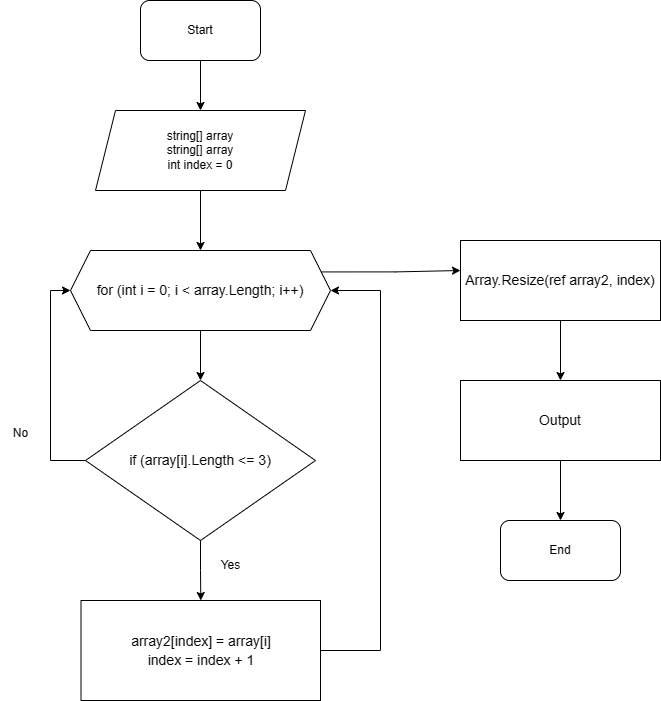
Earlier version of the draw.io export Block_diagram/block diagram.png (DDD86/FinalHomeWork). Source tidied: cells renumbered, new cells last; positions are measured from the earlier drawing's top-left corner, leaving out a move shared by most shapes. Source of this version:
```xml
<mxGraphModel>
  <root>
    <mxCell id="0" />
    <mxCell id="1" parent="0" />
    <mxCell id="2" style="edgeStyle=orthogonalEdgeStyle;rounded=0;jettySize=auto;html=1;exitX=0.5;exitY=1;exitDx=0;exitDy=0;" parent="1" edge="1" source="3" target="5">
      <mxGeometry relative="1" as="geometry" />
    </mxCell>
    <mxCell id="3" value="Start" style="rounded=1;whiteSpace=wrap;html=1;" parent="1" vertex="1">
      <mxGeometry x="140" width="120" height="60" as="geometry" />
    </mxCell>
    <mxCell id="4" style="edgeStyle=orthogonalEdgeStyle;rounded=0;jettySize=auto;html=1;exitX=0.5;exitY=1;exitDx=0;exitDy=0;entryX=0.5;entryY=0;entryDx=0;entryDy=0;" parent="1" edge="1" source="5" target="11">
      <mxGeometry relative="1" as="geometry" />
    </mxCell>
    <mxCell id="5" value="string[] array&lt;br&gt;string[] array&lt;br&gt;int index = 0" style="shape=parallelogram;perimeter=parallelogramPerimeter;whiteSpace=wrap;html=1;fixedSize=1;" parent="1" vertex="1">
      <mxGeometry x="95" y="110" width="210" height="80" as="geometry" />
    </mxCell>
    <mxCell id="6" style="edgeStyle=orthogonalEdgeStyle;rounded=0;jettySize=auto;html=1;" parent="1" edge="1" source="8" target="13">
      <mxGeometry relative="1" as="geometry" />
    </mxCell>
    <mxCell id="7" style="edgeStyle=orthogonalEdgeStyle;rounded=0;jettySize=auto;html=1;entryX=0;entryY=0.5;entryDx=0;entryDy=0;" parent="1" edge="1" source="8" target="11">
      <mxGeometry relative="1" as="geometry">
        <Array as="points">
          <mxPoint x="50" y="460" />
          <mxPoint x="50" y="290" />
        </Array>
      </mxGeometry>
    </mxCell>
    <mxCell id="8" value="&lt;div style=&quot;font-size: 14px; line-height: 19px;&quot;&gt;&lt;span style=&quot;background-color: rgb(255, 255, 255);&quot;&gt;if (array[i].Length &amp;lt;= 3)&lt;/span&gt;&lt;/div&gt;" style="rhombus;whiteSpace=wrap;html=1;" parent="1" vertex="1">
      <mxGeometry x="85" y="380" width="230" height="160" as="geometry" />
    </mxCell>
    <mxCell id="9" style="edgeStyle=orthogonalEdgeStyle;rounded=0;jettySize=auto;html=1;exitX=0.5;exitY=1;exitDx=0;exitDy=0;entryX=0.5;entryY=0;entryDx=0;entryDy=0;" parent="1" edge="1" source="11" target="8">
      <mxGeometry relative="1" as="geometry" />
    </mxCell>
    <mxCell id="10" style="edgeStyle=orthogonalEdgeStyle;rounded=0;jettySize=auto;html=1;exitX=1;exitY=0.25;exitDx=0;exitDy=0;" parent="1" edge="1" source="11">
      <mxGeometry relative="1" as="geometry">
        <mxPoint x="460" y="270" as="targetPoint" />
      </mxGeometry>
    </mxCell>
    <mxCell id="11" value="&lt;div style=&quot;font-size: 14px; line-height: 19px;&quot;&gt;&lt;span style=&quot;background-color: rgb(255, 255, 255);&quot;&gt;for (int i = 0; i &amp;lt; array.Length; i++)&lt;/span&gt;&lt;/div&gt;" style="shape=hexagon;perimeter=hexagonPerimeter2;whiteSpace=wrap;html=1;fixedSize=1;" parent="1" vertex="1">
      <mxGeometry x="70" y="250" width="260" height="80" as="geometry" />
    </mxCell>
    <mxCell id="12" style="edgeStyle=orthogonalEdgeStyle;rounded=0;jettySize=auto;html=1;exitX=1;exitY=0.5;exitDx=0;exitDy=0;entryX=1;entryY=0.5;entryDx=0;entryDy=0;" parent="1" edge="1" source="13" target="11">
      <mxGeometry relative="1" as="geometry">
        <Array as="points">
          <mxPoint x="380" y="650" />
          <mxPoint x="380" y="290" />
        </Array>
      </mxGeometry>
    </mxCell>
    <mxCell id="13" value="&lt;div style=&quot;font-size: 14px; line-height: 19px;&quot;&gt;&lt;span style=&quot;background-color: rgb(255, 255, 255);&quot;&gt;array2[index] = array[i]&lt;/span&gt;&lt;/div&gt;&lt;div style=&quot;font-size: 14px; line-height: 19px;&quot;&gt;index = index + 1&lt;span style=&quot;background-color: rgb(255, 255, 255);&quot;&gt;&lt;br&gt;&lt;/span&gt;&lt;/div&gt;" style="rounded=0;whiteSpace=wrap;html=1;" parent="1" vertex="1">
      <mxGeometry x="80.5" y="600" width="239.5" height="100" as="geometry" />
    </mxCell>
    <mxCell id="14" value="Yes" style="text;html=1;align=center;verticalAlign=middle;strokeColor=none;fillColor=none;" parent="1" vertex="1">
      <mxGeometry x="210" y="550" width="40" height="30" as="geometry" />
    </mxCell>
    <mxCell id="15" value="No" style="text;html=1;align=center;verticalAlign=middle;strokeColor=none;fillColor=none;" parent="1" vertex="1">
      <mxGeometry y="418" width="40" height="30" as="geometry" />
    </mxCell>
    <mxCell id="16" value="End" style="rounded=1;whiteSpace=wrap;html=1;" parent="1" vertex="1">
      <mxGeometry x="500" y="520" width="120" height="60" as="geometry" />
    </mxCell>
    <mxCell id="17" style="edgeStyle=orthogonalEdgeStyle;rounded=0;jettySize=auto;html=1;exitX=0.5;exitY=1;exitDx=0;exitDy=0;entryX=0.5;entryY=0;entryDx=0;entryDy=0;" parent="1" edge="1" source="18" target="20">
      <mxGeometry relative="1" as="geometry" />
    </mxCell>
    <mxCell id="18" value="&lt;div style=&quot;font-size: 14px; line-height: 19px;&quot;&gt;&lt;span style=&quot;background-color: rgb(255, 255, 255);&quot;&gt;Array.Resize(ref array2, index)&lt;/span&gt;&lt;/div&gt;" style="rounded=0;whiteSpace=wrap;html=1;" parent="1" vertex="1">
      <mxGeometry x="460" y="240" width="200" height="80" as="geometry" />
    </mxCell>
    <mxCell id="19" style="edgeStyle=orthogonalEdgeStyle;rounded=0;jettySize=auto;html=1;exitX=0.5;exitY=1;exitDx=0;exitDy=0;" parent="1" edge="1" source="20" target="16">
      <mxGeometry relative="1" as="geometry" />
    </mxCell>
    <mxCell id="20" value="&lt;div style=&quot;font-size: 14px; line-height: 19px;&quot;&gt;&lt;span style=&quot;background-color: rgb(255, 255, 255);&quot;&gt;Output&lt;/span&gt;&lt;/div&gt;" style="rounded=0;whiteSpace=wrap;html=1;" parent="1" vertex="1">
      <mxGeometry x="460" y="380" width="200" height="80" as="geometry" />
    </mxCell>
  </root>
</mxGraphModel>
```
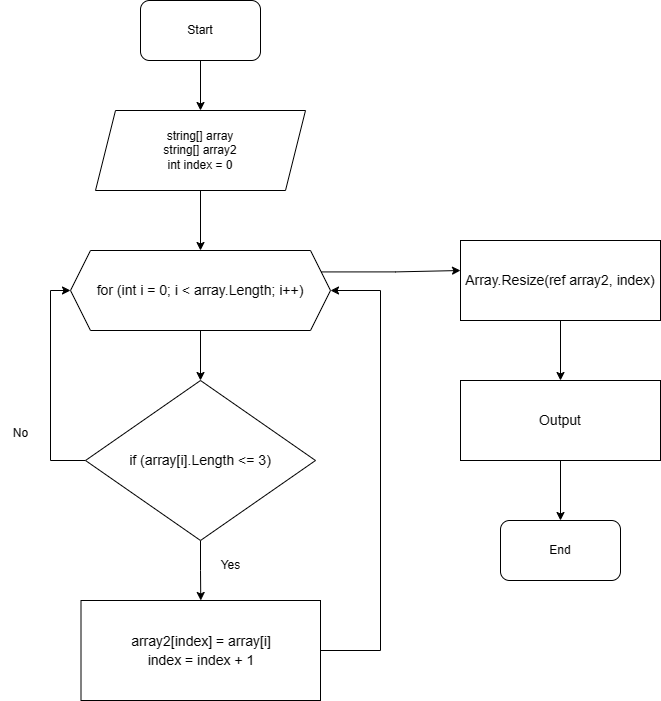
After the change.

Commit message:
Исправлены некоторые ошибки в блок-схеме

What changed in the source:
```diff
@@ -11,7 +11,7 @@
     <mxCell id="4" style="edgeStyle=orthogonalEdgeStyle;rounded=0;jettySize=auto;html=1;exitX=0.5;exitY=1;exitDx=0;exitDy=0;entryX=0.5;entryY=0;entryDx=0;entryDy=0;" parent="1" edge="1" source="5" target="11">
       <mxGeometry relative="1" as="geometry" />
     </mxCell>
-    <mxCell id="5" value="string[] array&lt;br&gt;string[] array&lt;br&gt;int index = 0" style="shape=parallelogram;perimeter=parallelogramPerimeter;whiteSpace=wrap;html=1;fixedSize=1;" parent="1" vertex="1">
+    <mxCell id="5" value="string[] array&lt;br&gt;string[] array2&lt;br&gt;int index = 0" style="shape=parallelogram;perimeter=parallelogramPerimeter;whiteSpace=wrap;html=1;fixedSize=1;" parent="1" vertex="1">
       <mxGeometry x="95" y="110" width="210" height="80" as="geometry" />
     </mxCell>
     <mxCell id="6" style="edgeStyle=orthogonalEdgeStyle;rounded=0;jettySize=auto;html=1;" parent="1" edge="1" source="8" target="13">
```
